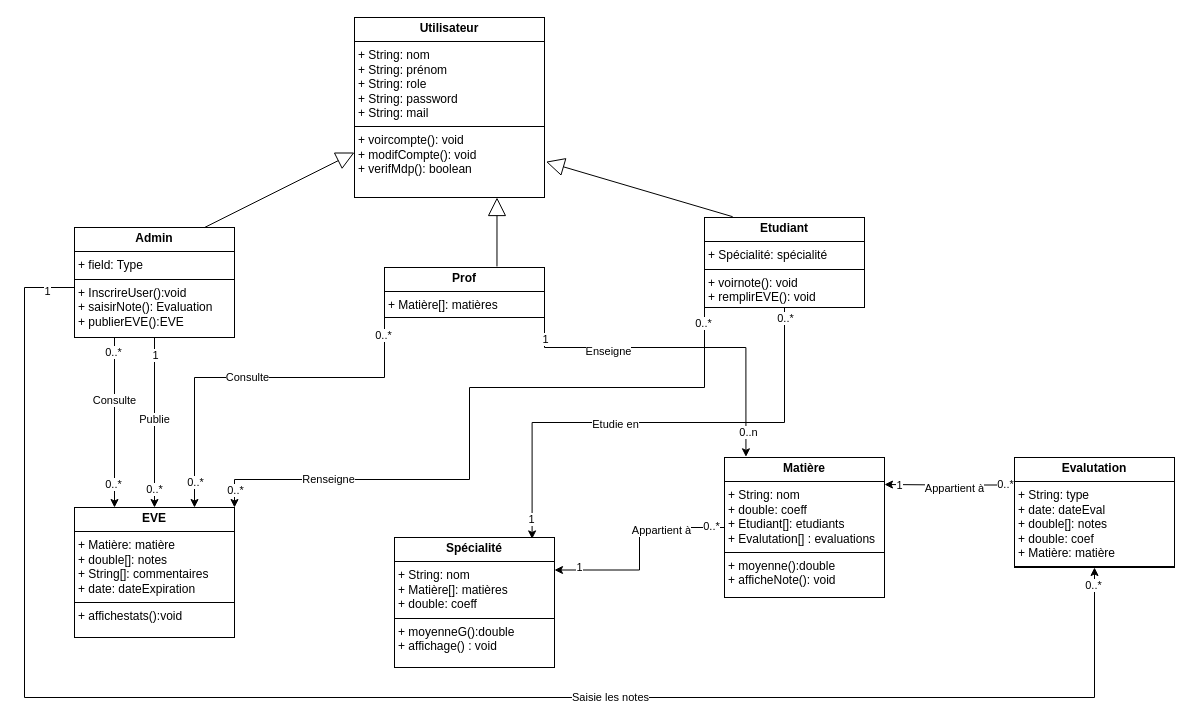
Before: rapports/assets/diagrammes/version_drawio/classeSAE.drawio in maeladv/SAE-Dev-Web, a draw.io diagram. Source tidied: cells renumbered, new cells numbered last; positions are measured from the earlier drawing's top-left corner, leaving out a move shared by most shapes. Both pictures are drawn from the tidied source at 100%, with x=0, y=0 at pixel (24, 17).
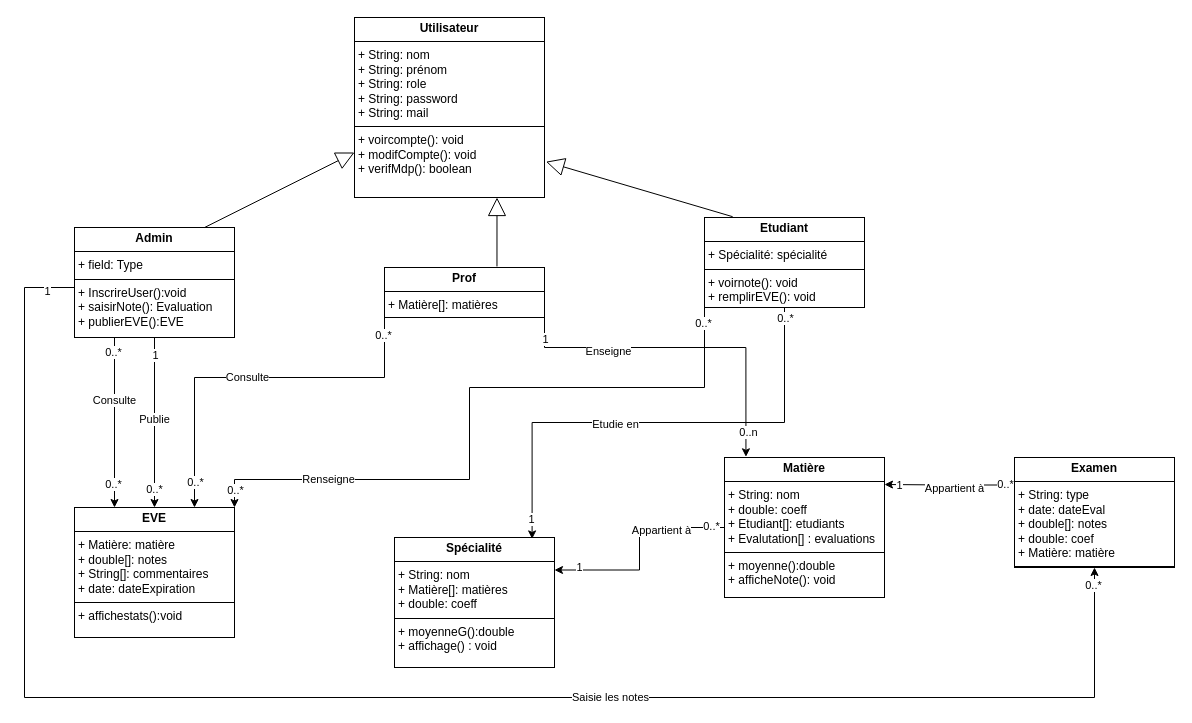
The same diagram, later.

Commit message (it also covers changes not shown here):
feat modification du diagramme de classe pour changer le terme evaluation par examen pour plus de clarté et ajout diagramme de la base de données

Diff of the diagram source:
```diff
@@
-    <mxCell id="48" value="&lt;p style=&quot;margin:0px;margin-top:4px;text-align:center;&quot;&gt;&lt;b&gt;Evalutation&lt;/b&gt;&lt;/p&gt;&lt;hr size=&quot;1&quot; style=&quot;border-style:solid;&quot;&gt;&lt;p style=&quot;margin:0px;margin-left:4px;&quot;&gt;+ String: type&lt;/p&gt;&lt;p style=&quot;margin:0px;margin-left:4px;&quot;&gt;+ date: dateEval&lt;/p&gt;&lt;p style=&quot;margin:0px;margin-left:4px;&quot;&gt;+ double[]: notes&lt;/p&gt;&lt;p style=&quot;margin:0px;margin-left:4px;&quot;&gt;+ double: coef&lt;/p&gt;&lt;p style=&quot;margin:0px;margin-left:4px;&quot;&gt;+ Matière: matière&lt;/p&gt;&lt;hr size=&quot;1&quot; style=&quot;border-style:solid;&quot;&gt;&lt;p style=&quot;margin:0px;margin-left:4px;&quot;&gt;&lt;br&gt;&lt;/p&gt;" style="verticalAlign=top;align=left;overflow=fill;html=1;whiteSpace=wrap;" parent="1" vertex="1">
+    <mxCell id="48" value="&lt;p style=&quot;margin:0px;margin-top:4px;text-align:center;&quot;&gt;&lt;b&gt;Examen&lt;/b&gt;&lt;/p&gt;&lt;hr size=&quot;1&quot; style=&quot;border-style:solid;&quot;&gt;&lt;p style=&quot;margin:0px;margin-left:4px;&quot;&gt;+ String: type&lt;/p&gt;&lt;p style=&quot;margin:0px;margin-left:4px;&quot;&gt;+ date: dateEval&lt;/p&gt;&lt;p style=&quot;margin:0px;margin-left:4px;&quot;&gt;+ double[]: notes&lt;/p&gt;&lt;p style=&quot;margin:0px;margin-left:4px;&quot;&gt;+ double: coef&lt;/p&gt;&lt;p style=&quot;margin:0px;margin-left:4px;&quot;&gt;+ Matière: matière&lt;/p&gt;&lt;hr size=&quot;1&quot; style=&quot;border-style:solid;&quot;&gt;&lt;p style=&quot;margin:0px;margin-left:4px;&quot;&gt;&lt;br&gt;&lt;/p&gt;" style="verticalAlign=top;align=left;overflow=fill;html=1;whiteSpace=wrap;" parent="1" vertex="1">
       <mxGeometry x="990" y="440" width="160" height="110" as="geometry" />
     </mxCell>
```
